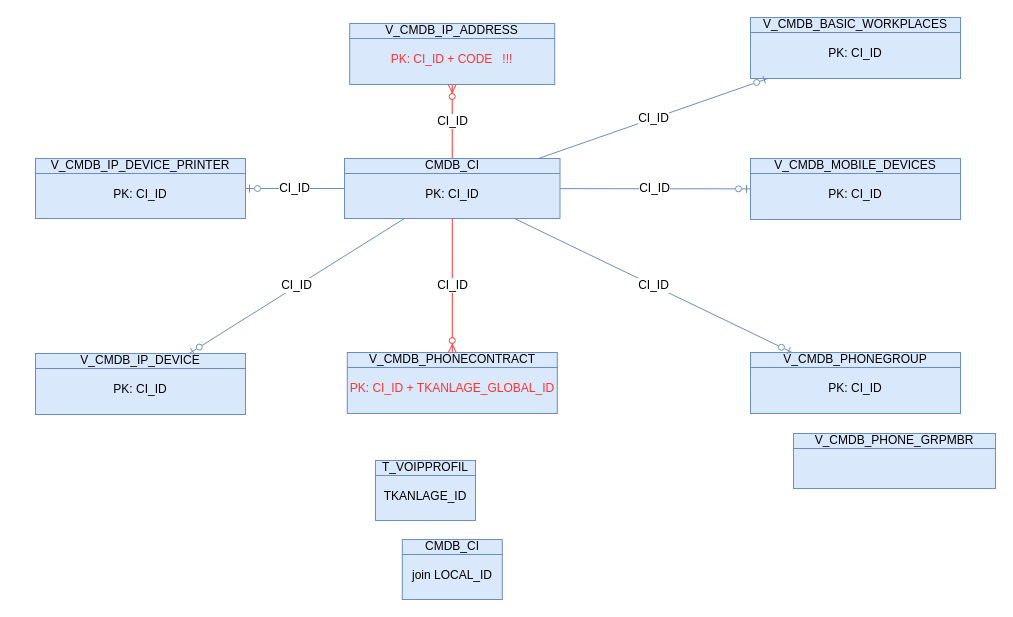
This is page "SourceStar" (2 of 11) of DBsErdV2.drawio from algimas/tmp, a draw.io file, before an edit. Source tidied: cells renumbered, new cells numbered last; positions are measured from the earlier drawing's top-left corner, leaving out a move shared by most shapes. Both pictures are drawn from the tidied source at 100%, with x=0, y=0 at pixel (35, 17).
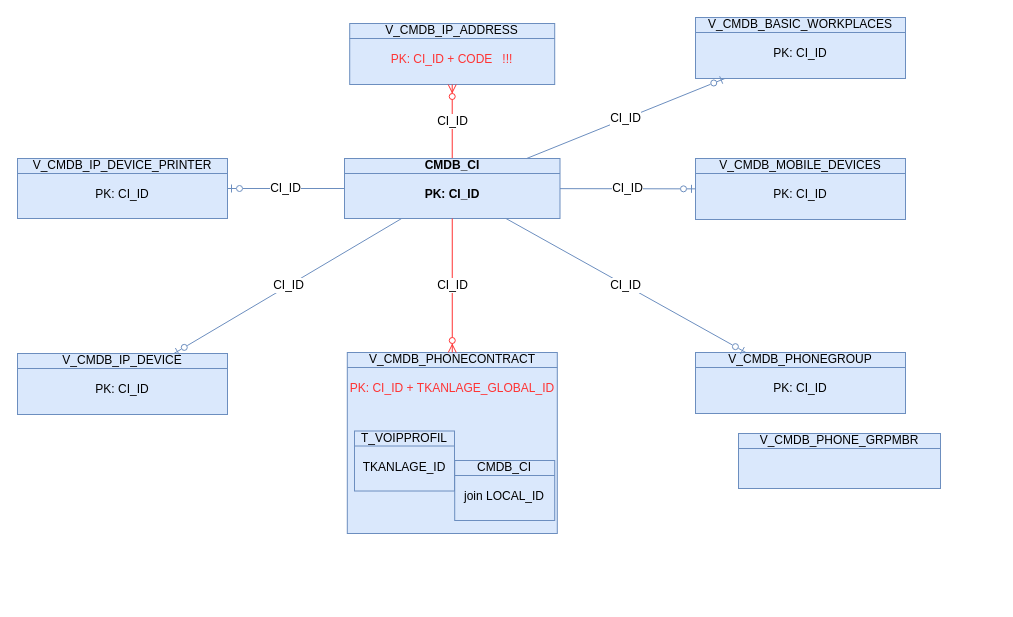
The same diagram, later.

Change to the diagram source:
```diff
@@
 <mxGraphModel>
   <root>
     <mxCell id="0" />
     <mxCell id="1" parent="0" />
     <mxCell id="2" value="V_CMDB_IP_ADDRESS&lt;br&gt;&lt;br&gt;&lt;font color=&quot;#ff3333&quot;&gt;PK: CI_ID + CODE&amp;nbsp; &amp;nbsp;!!!&lt;/font&gt;" style="html=1;outlineConnect=0;whiteSpace=wrap;fillColor=#dae8fc;shape=mxgraph.archimate3.businessObject;overflow=fill;strokeColor=#6c8ebf;" parent="1" vertex="1">
       <mxGeometry x="314.2" y="6" width="205" height="61" as="geometry" />
     </mxCell>
     <mxCell id="3" value="CI_ID" style="fontSize=12;html=1;endArrow=ERzeroToMany;endFill=1;rounded=0;fillColor=#dae8fc;strokeColor=#FF3333;" parent="1" edge="1" source="4" target="2">
       <mxGeometry relative="1" as="geometry" />
     </mxCell>
-    <mxCell id="4" value="CMDB_CI&lt;br&gt;&lt;br&gt;PK: CI_ID" style="html=1;outlineConnect=0;whiteSpace=wrap;fillColor=#dae8fc;shape=mxgraph.archimate3.businessObject;overflow=fill;strokeColor=#6c8ebf;" parent="1" vertex="1">
+    <mxCell id="4" value="CMDB_CI&lt;br&gt;&lt;br&gt;PK: CI_ID" style="html=1;outlineConnect=0;whiteSpace=wrap;fillColor=#dae8fc;shape=mxgraph.archimate3.businessObject;overflow=fill;strokeColor=#6c8ebf;fontStyle=1;" parent="1" vertex="1">
       <mxGeometry x="309" y="141" width="215.5" height="60" as="geometry" />
     </mxCell>
     <mxCell id="5" value="V_CMDB_IP_DEVICE_PRINTER&lt;br&gt;&lt;br&gt;PK: CI_ID" style="html=1;outlineConnect=0;whiteSpace=wrap;fillColor=#dae8fc;shape=mxgraph.archimate3.businessObject;overflow=fill;strokeColor=#6c8ebf;" parent="1" vertex="1">
-      <mxGeometry y="141" width="210" height="60" as="geometry" />
+      <mxGeometry x="-18" y="141" width="210" height="60" as="geometry" />
     </mxCell>
     <mxCell id="6" value="CI_ID" style="fontSize=12;html=1;endArrow=ERzeroToOne;endFill=0;rounded=0;fillColor=#dae8fc;strokeColor=#6c8ebf;" parent="1" edge="1" source="4" target="5">
       <mxGeometry relative="1" as="geometry" />
     </mxCell>
     <mxCell id="7" value="V_CMDB_IP_DEVICE&lt;br&gt;&lt;br&gt;PK: CI_ID" style="html=1;outlineConnect=0;whiteSpace=wrap;fillColor=#dae8fc;shape=mxgraph.archimate3.businessObject;overflow=fill;strokeColor=#6c8ebf;" parent="1" vertex="1">
-      <mxGeometry y="336" width="210" height="61" as="geometry" />
+      <mxGeometry x="-18" y="336" width="210" height="61" as="geometry" />
     </mxCell>
     <mxCell id="8" value="CI_ID" style="fontSize=12;html=1;endArrow=ERzeroToOne;endFill=0;rounded=0;fillColor=#dae8fc;strokeColor=#6c8ebf;" parent="1" edge="1" source="4" target="7">
       <mxGeometry relative="1" as="geometry" />
     </mxCell>
     <mxCell id="9" value="V_CMDB_PHONECONTRACT&lt;br&gt;&lt;br&gt;&lt;font color=&quot;#ff3333&quot;&gt;PK: CI_ID +&amp;nbsp;TKANLAGE_GLOBAL_ID&lt;/font&gt;" style="html=1;outlineConnect=0;whiteSpace=wrap;fillColor=#dae8fc;shape=mxgraph.archimate3.businessObject;overflow=fill;strokeColor=#6c8ebf;" parent="1" vertex="1">
-      <mxGeometry x="311.8" y="335" width="210" height="61" as="geometry" />
+      <mxGeometry x="311.8" y="335" width="210" height="181" as="geometry" />
     </mxCell>
     <mxCell id="10" value="V_CMDB_PHONEGROUP&lt;br&gt;&lt;br&gt;PK: CI_ID" style="html=1;outlineConnect=0;whiteSpace=wrap;fillColor=#dae8fc;shape=mxgraph.archimate3.businessObject;overflow=fill;strokeColor=#6c8ebf;" parent="1" vertex="1">
-      <mxGeometry x="715" y="335" width="210" height="61" as="geometry" />
+      <mxGeometry x="660" y="335" width="210" height="61" as="geometry" />
     </mxCell>
     <mxCell id="11" value="CI_ID" style="fontSize=12;html=1;endArrow=ERzeroToOne;endFill=0;rounded=0;fillColor=#dae8fc;strokeColor=#6c8ebf;" parent="1" edge="1" source="4" target="10">
       <mxGeometry relative="1" as="geometry" />
     </mxCell>
     <mxCell id="12" value="V_CMDB_PHONE_GRPMBR" style="html=1;whiteSpace=wrap;fillColor=#dae8fc;shape=mxgraph.archimate3.businessObject;overflow=fill;strokeColor=#6c8ebf;" parent="1" vertex="1">
-      <mxGeometry x="758" y="416" width="202" height="55" as="geometry" />
+      <mxGeometry x="703" y="416" width="202" height="55" as="geometry" />
     </mxCell>
     <mxCell id="13" value="V_CMDB_MOBILE_DEVICES&lt;br&gt;&lt;br&gt;PK: CI_ID" style="html=1;outlineConnect=0;whiteSpace=wrap;fillColor=#dae8fc;shape=mxgraph.archimate3.businessObject;overflow=fill;strokeColor=#6c8ebf;" parent="1" vertex="1">
-      <mxGeometry x="715" y="141" width="210" height="61" as="geometry" />
+      <mxGeometry x="660" y="141" width="210" height="61" as="geometry" />
     </mxCell>
     <mxCell id="14" value="CI_ID" style="fontSize=12;html=1;endArrow=ERzeroToOne;endFill=0;rounded=0;fillColor=#dae8fc;strokeColor=#6c8ebf;" parent="1" edge="1" source="4" target="13">
       <mxGeometry relative="1" as="geometry" />
     </mxCell>
     <mxCell id="15" value="V_CMDB_BASIC_WORKPLACES&lt;br&gt;&lt;br&gt;PK: CI_ID" style="html=1;outlineConnect=0;whiteSpace=wrap;fillColor=#dae8fc;shape=mxgraph.archimate3.businessObject;overflow=fill;strokeColor=#6c8ebf;" parent="1" vertex="1">
-      <mxGeometry x="715" width="210" height="61" as="geometry" />
+      <mxGeometry x="660" width="210" height="61" as="geometry" />
     </mxCell>
     <mxCell id="16" value="CI_ID" style="fontSize=12;html=1;endArrow=ERzeroToOne;endFill=0;rounded=0;fillColor=#dae8fc;strokeColor=#6c8ebf;" parent="1" edge="1" source="4" target="15">
       <mxGeometry relative="1" as="geometry" />
     </mxCell>
     <mxCell id="17" value="CI_ID" style="fontSize=12;html=1;endArrow=ERzeroToMany;endFill=1;rounded=0;fillColor=#dae8fc;strokeColor=#FF3333;" parent="1" edge="1" source="4" target="9">
       <mxGeometry relative="1" as="geometry" />
     </mxCell>
     <mxCell id="18" value="CMDB_CI&lt;br&gt;&lt;br&gt;join LOCAL_ID" style="html=1;whiteSpace=wrap;fillColor=#dae8fc;shape=mxgraph.archimate3.businessObject;overflow=fill;strokeColor=#6c8ebf;" parent="1" vertex="1">
-      <mxGeometry x="366.8" y="522" width="100" height="60" as="geometry" />
+      <mxGeometry x="419.2" y="443" width="100" height="60" as="geometry" />
     </mxCell>
     <mxCell id="19" value="T_VOIPPROFIL&lt;br&gt;&lt;br&gt;TKANLAGE_ID" style="html=1;whiteSpace=wrap;fillColor=#dae8fc;shape=mxgraph.archimate3.businessObject;overflow=fill;strokeColor=#6c8ebf;" parent="1" vertex="1">
-      <mxGeometry x="340" y="443" width="100" height="60" as="geometry" />
+      <mxGeometry x="319" y="413.5" width="100" height="60" as="geometry" />
     </mxCell>
   </root>
 </mxGraphModel>
```
